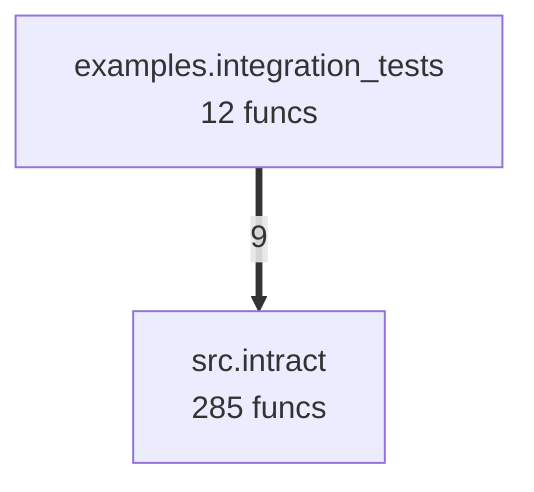
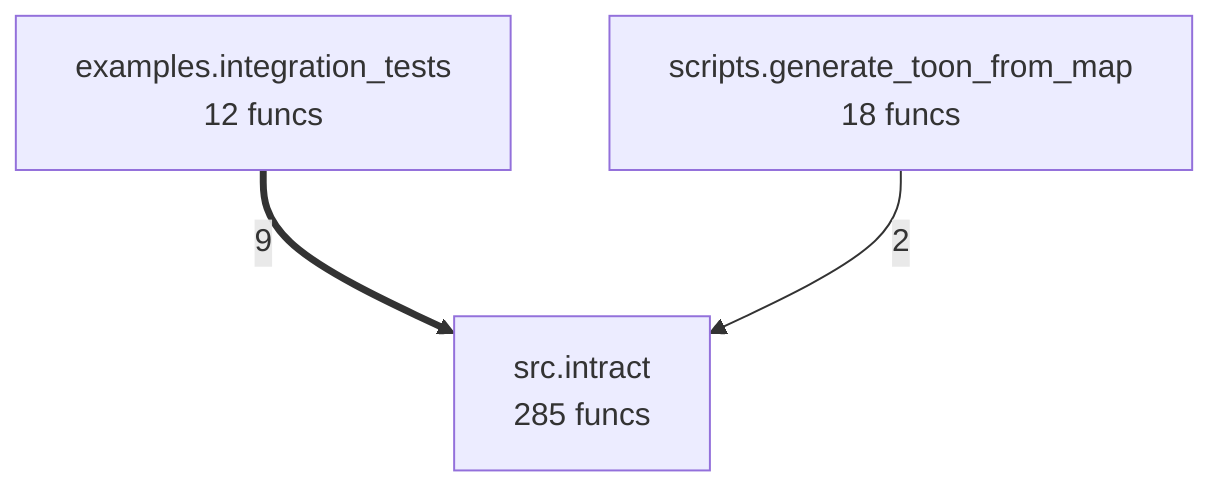
flowchart TD
- %% generated in 0.02s
+ %% generated in 0.10s
    examples__integration_tests["examples.integration_tests<br/>12 funcs"]
+     scripts__generate_toon_from_map["scripts.generate_toon_from_map<br/>18 funcs"]
    src__intract["src.intract<br/>285 funcs"]
    examples__integration_tests ==>|9| src__intract
+     scripts__generate_toon_from_map -->|2| src__intract
